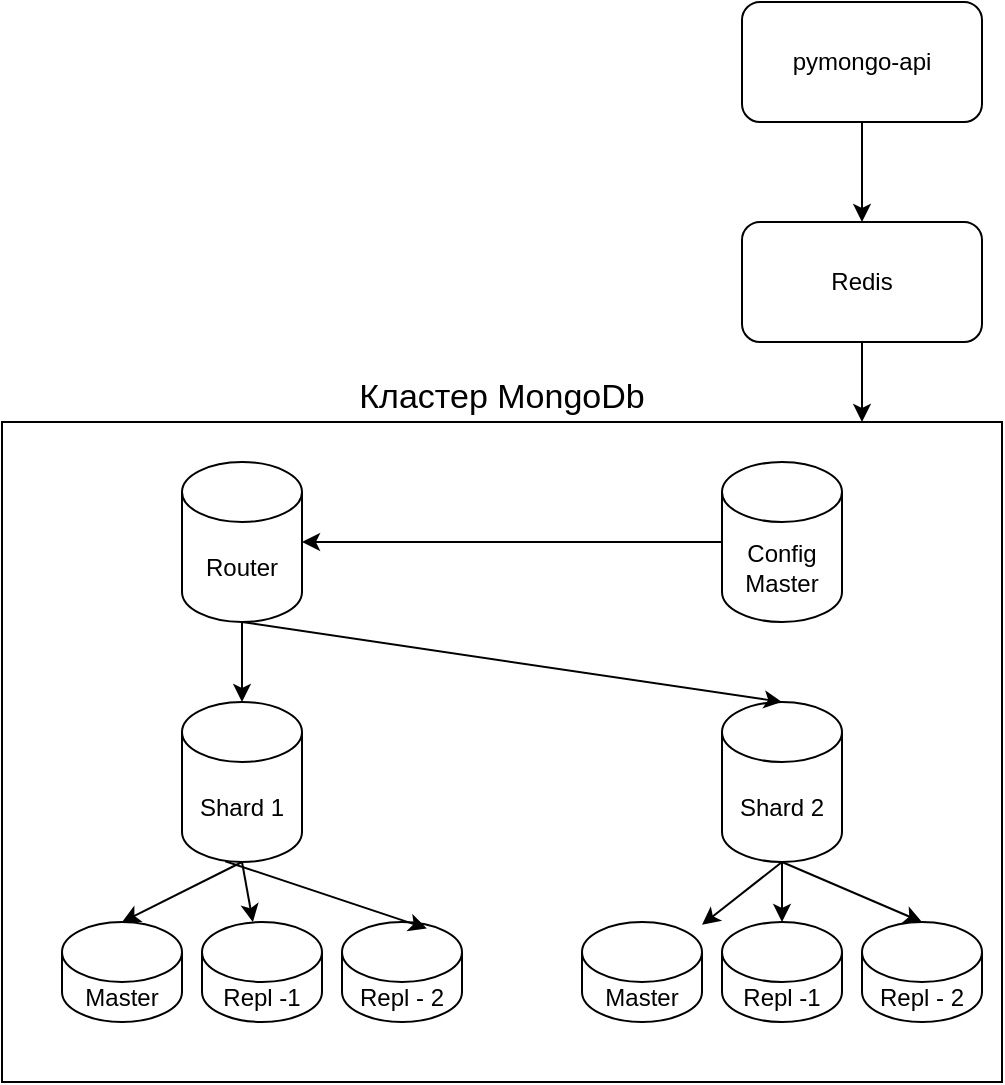
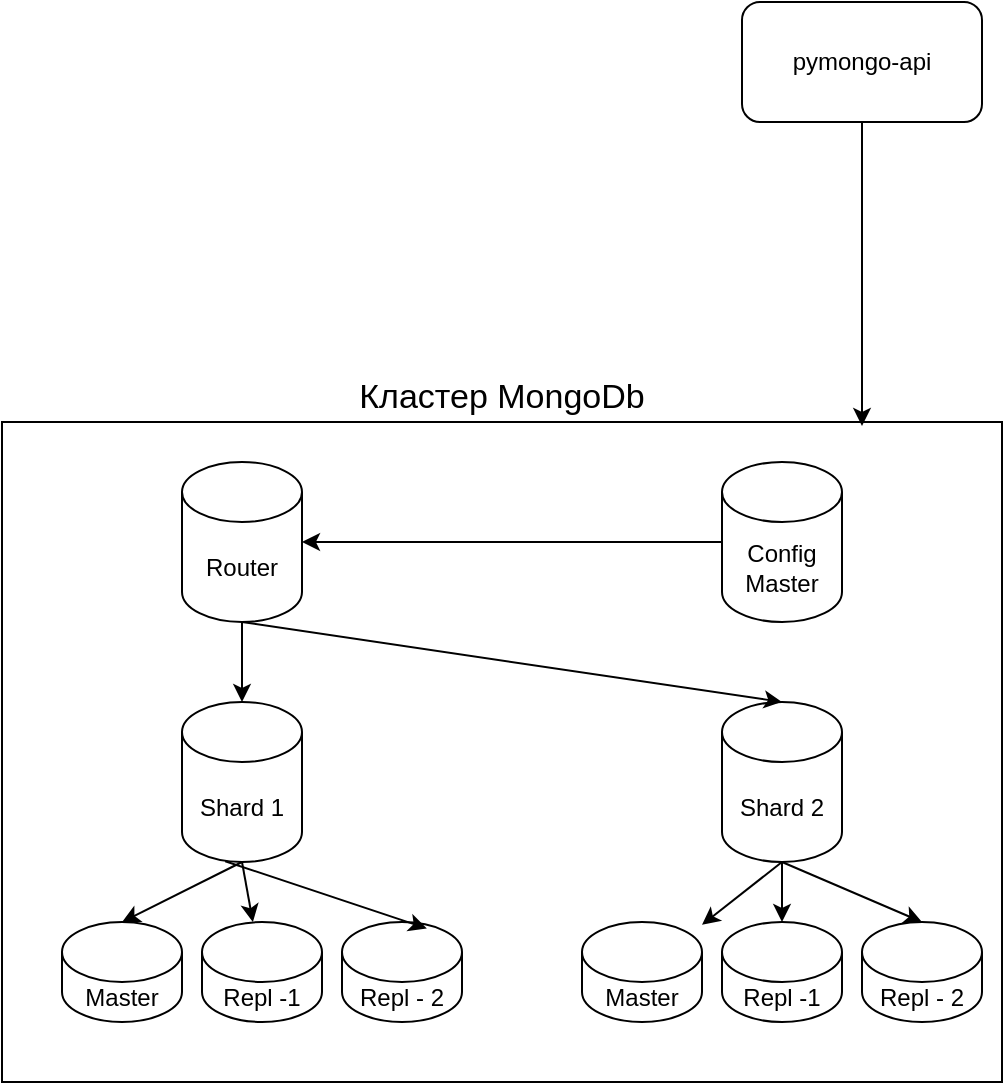
- <mxfile host="app.diagrams.net" agent="Mozilla/5.0 (Windows NT 10.0; Win64; x64) AppleWebKit/537.36 (KHTML, like Gecko) Chrome/134.0.0.0 YaBrowser/25.4.0.0 Safari/537.36" version="27.1.4">
+ <mxfile host="app.diagrams.net" agent="Mozilla/5.0 (Windows NT 10.0; Win64; x64) AppleWebKit/537.36 (KHTML, like Gecko) Chrome/134.0.0.0 YaBrowser/25.4.0.0 Safari/537.36" version="27.1.6">
  <diagram name="Page-1" id="-H_mtQnk-PTXWXPvYvuk">
    <mxGraphModel dx="1042" dy="572" grid="1" gridSize="10" guides="1" tooltips="1" connect="1" arrows="1" fold="1" page="1" pageScale="1" pageWidth="1169" pageHeight="827" math="0" shadow="0">
      <root>
        <mxCell id="0" />
        <mxCell id="1" parent="0" />
-         <mxCell id="ng2FKl2MMDydY4JKYbdj-10" value="Кластер MongoDb" style="rounded=0;whiteSpace=wrap;html=1;labelPosition=center;verticalLabelPosition=top;align=center;verticalAlign=bottom;fontSize=17;" vertex="1" parent="1">
+         <mxCell id="ng2FKl2MMDydY4JKYbdj-10" value="Кластер MongoDb" style="rounded=0;whiteSpace=wrap;html=1;labelPosition=center;verticalLabelPosition=top;align=center;verticalAlign=bottom;fontSize=17;" parent="1" vertex="1">
          <mxGeometry x="420" y="440" width="500" height="330" as="geometry" />
        </mxCell>
        <mxCell id="zA23MoTUsTF4_91t8viU-3" value="pymongo-api" style="rounded=1;whiteSpace=wrap;html=1;" parent="1" vertex="1">
          <mxGeometry x="790" y="230" width="120" height="60" as="geometry" />
        </mxCell>
-         <mxCell id="ng2FKl2MMDydY4JKYbdj-2" value="Shard 1" style="shape=cylinder3;whiteSpace=wrap;html=1;boundedLbl=1;backgroundOutline=1;size=15;" vertex="1" parent="1">
+         <mxCell id="ng2FKl2MMDydY4JKYbdj-2" value="Shard 1" style="shape=cylinder3;whiteSpace=wrap;html=1;boundedLbl=1;backgroundOutline=1;size=15;" parent="1" vertex="1">
          <mxGeometry x="510" y="580" width="60" height="80" as="geometry" />
        </mxCell>
-         <mxCell id="ng2FKl2MMDydY4JKYbdj-3" value="Router" style="shape=cylinder3;whiteSpace=wrap;html=1;boundedLbl=1;backgroundOutline=1;size=15;" vertex="1" parent="1">
+         <mxCell id="ng2FKl2MMDydY4JKYbdj-3" value="Router" style="shape=cylinder3;whiteSpace=wrap;html=1;boundedLbl=1;backgroundOutline=1;size=15;" parent="1" vertex="1">
          <mxGeometry x="510" y="460" width="60" height="80" as="geometry" />
        </mxCell>
-         <mxCell id="ng2FKl2MMDydY4JKYbdj-4" value="Shard 2" style="shape=cylinder3;whiteSpace=wrap;html=1;boundedLbl=1;backgroundOutline=1;size=15;" vertex="1" parent="1">
+         <mxCell id="ng2FKl2MMDydY4JKYbdj-4" value="Shard 2" style="shape=cylinder3;whiteSpace=wrap;html=1;boundedLbl=1;backgroundOutline=1;size=15;" parent="1" vertex="1">
          <mxGeometry x="780" y="580" width="60" height="80" as="geometry" />
        </mxCell>
-         <mxCell id="ng2FKl2MMDydY4JKYbdj-14" value="Config&lt;br&gt;Master" style="shape=cylinder3;whiteSpace=wrap;html=1;boundedLbl=1;backgroundOutline=1;size=15;" vertex="1" parent="1">
+         <mxCell id="ng2FKl2MMDydY4JKYbdj-14" value="Config&lt;br&gt;Master" style="shape=cylinder3;whiteSpace=wrap;html=1;boundedLbl=1;backgroundOutline=1;size=15;" parent="1" vertex="1">
          <mxGeometry x="780" y="460" width="60" height="80" as="geometry" />
        </mxCell>
-         <mxCell id="ng2FKl2MMDydY4JKYbdj-16" value="Master" style="shape=cylinder3;whiteSpace=wrap;html=1;boundedLbl=1;backgroundOutline=1;size=15;" vertex="1" parent="1">
+         <mxCell id="ng2FKl2MMDydY4JKYbdj-16" value="Master" style="shape=cylinder3;whiteSpace=wrap;html=1;boundedLbl=1;backgroundOutline=1;size=15;" parent="1" vertex="1">
          <mxGeometry x="450" y="690" width="60" height="50" as="geometry" />
        </mxCell>
-         <mxCell id="ng2FKl2MMDydY4JKYbdj-17" value="Repl -1" style="shape=cylinder3;whiteSpace=wrap;html=1;boundedLbl=1;backgroundOutline=1;size=15;" vertex="1" parent="1">
+         <mxCell id="ng2FKl2MMDydY4JKYbdj-17" value="Repl -1" style="shape=cylinder3;whiteSpace=wrap;html=1;boundedLbl=1;backgroundOutline=1;size=15;" parent="1" vertex="1">
          <mxGeometry x="520" y="690" width="60" height="50" as="geometry" />
        </mxCell>
-         <mxCell id="ng2FKl2MMDydY4JKYbdj-18" value="Repl - 2" style="shape=cylinder3;whiteSpace=wrap;html=1;boundedLbl=1;backgroundOutline=1;size=15;" vertex="1" parent="1">
+         <mxCell id="ng2FKl2MMDydY4JKYbdj-18" value="Repl - 2" style="shape=cylinder3;whiteSpace=wrap;html=1;boundedLbl=1;backgroundOutline=1;size=15;" parent="1" vertex="1">
          <mxGeometry x="590" y="690" width="60" height="50" as="geometry" />
        </mxCell>
-         <mxCell id="ng2FKl2MMDydY4JKYbdj-19" value="Master" style="shape=cylinder3;whiteSpace=wrap;html=1;boundedLbl=1;backgroundOutline=1;size=15;" vertex="1" parent="1">
+         <mxCell id="ng2FKl2MMDydY4JKYbdj-19" value="Master" style="shape=cylinder3;whiteSpace=wrap;html=1;boundedLbl=1;backgroundOutline=1;size=15;" parent="1" vertex="1">
          <mxGeometry x="710" y="690" width="60" height="50" as="geometry" />
        </mxCell>
-         <mxCell id="ng2FKl2MMDydY4JKYbdj-20" value="Repl -1" style="shape=cylinder3;whiteSpace=wrap;html=1;boundedLbl=1;backgroundOutline=1;size=15;" vertex="1" parent="1">
+         <mxCell id="ng2FKl2MMDydY4JKYbdj-20" value="Repl -1" style="shape=cylinder3;whiteSpace=wrap;html=1;boundedLbl=1;backgroundOutline=1;size=15;" parent="1" vertex="1">
          <mxGeometry x="780" y="690" width="60" height="50" as="geometry" />
        </mxCell>
-         <mxCell id="ng2FKl2MMDydY4JKYbdj-21" value="Repl - 2" style="shape=cylinder3;whiteSpace=wrap;html=1;boundedLbl=1;backgroundOutline=1;size=15;" vertex="1" parent="1">
+         <mxCell id="ng2FKl2MMDydY4JKYbdj-21" value="Repl - 2" style="shape=cylinder3;whiteSpace=wrap;html=1;boundedLbl=1;backgroundOutline=1;size=15;" parent="1" vertex="1">
          <mxGeometry x="850" y="690" width="60" height="50" as="geometry" />
        </mxCell>
-         <mxCell id="ng2FKl2MMDydY4JKYbdj-24" value="" style="endArrow=classic;html=1;rounded=0;exitX=0.5;exitY=1;exitDx=0;exitDy=0;entryX=0.5;entryY=0;entryDx=0;entryDy=0;" edge="1" parent="1" source="zA23MoTUsTF4_91t8viU-3" target="ng2FKl2MMDydY4JKYbdj-36">
+         <mxCell id="ng2FKl2MMDydY4JKYbdj-24" value="" style="endArrow=classic;html=1;rounded=0;exitX=0.5;exitY=1;exitDx=0;exitDy=0;" parent="1" source="zA23MoTUsTF4_91t8viU-3" edge="1">
          <mxGeometry width="50" height="50" relative="1" as="geometry">
            <mxPoint x="680" y="560" as="sourcePoint" />
-             <mxPoint x="730" y="510" as="targetPoint" />
+             <mxPoint x="850" y="442" as="targetPoint" />
          </mxGeometry>
        </mxCell>
-         <mxCell id="ng2FKl2MMDydY4JKYbdj-25" value="" style="endArrow=classic;html=1;rounded=0;exitX=0;exitY=0.5;exitDx=0;exitDy=0;exitPerimeter=0;" edge="1" parent="1" source="ng2FKl2MMDydY4JKYbdj-14" target="ng2FKl2MMDydY4JKYbdj-3">
+         <mxCell id="ng2FKl2MMDydY4JKYbdj-25" value="" style="endArrow=classic;html=1;rounded=0;exitX=0;exitY=0.5;exitDx=0;exitDy=0;exitPerimeter=0;" parent="1" source="ng2FKl2MMDydY4JKYbdj-14" target="ng2FKl2MMDydY4JKYbdj-3" edge="1">
          <mxGeometry width="50" height="50" relative="1" as="geometry">
            <mxPoint x="730" y="540" as="sourcePoint" />
            <mxPoint x="780" y="490" as="targetPoint" />
          </mxGeometry>
        </mxCell>
-         <mxCell id="ng2FKl2MMDydY4JKYbdj-26" value="" style="endArrow=classic;html=1;rounded=0;entryX=0.5;entryY=0;entryDx=0;entryDy=0;entryPerimeter=0;exitX=0.5;exitY=1;exitDx=0;exitDy=0;exitPerimeter=0;" edge="1" parent="1" source="ng2FKl2MMDydY4JKYbdj-3" target="ng2FKl2MMDydY4JKYbdj-2">
+         <mxCell id="ng2FKl2MMDydY4JKYbdj-26" value="" style="endArrow=classic;html=1;rounded=0;entryX=0.5;entryY=0;entryDx=0;entryDy=0;entryPerimeter=0;exitX=0.5;exitY=1;exitDx=0;exitDy=0;exitPerimeter=0;" parent="1" source="ng2FKl2MMDydY4JKYbdj-3" target="ng2FKl2MMDydY4JKYbdj-2" edge="1">
          <mxGeometry width="50" height="50" relative="1" as="geometry">
            <mxPoint x="630" y="590" as="sourcePoint" />
            <mxPoint x="680" y="540" as="targetPoint" />
          </mxGeometry>
        </mxCell>
-         <mxCell id="ng2FKl2MMDydY4JKYbdj-28" value="" style="endArrow=classic;html=1;rounded=0;entryX=0.5;entryY=0;entryDx=0;entryDy=0;entryPerimeter=0;" edge="1" parent="1" target="ng2FKl2MMDydY4JKYbdj-4">
+         <mxCell id="ng2FKl2MMDydY4JKYbdj-28" value="" style="endArrow=classic;html=1;rounded=0;entryX=0.5;entryY=0;entryDx=0;entryDy=0;entryPerimeter=0;" parent="1" target="ng2FKl2MMDydY4JKYbdj-4" edge="1">
          <mxGeometry width="50" height="50" relative="1" as="geometry">
            <mxPoint x="540" y="540" as="sourcePoint" />
            <mxPoint x="670" y="560" as="targetPoint" />
          </mxGeometry>
        </mxCell>
-         <mxCell id="ng2FKl2MMDydY4JKYbdj-29" value="" style="endArrow=classic;html=1;rounded=0;exitX=0.5;exitY=1;exitDx=0;exitDy=0;exitPerimeter=0;" edge="1" parent="1" source="ng2FKl2MMDydY4JKYbdj-2" target="ng2FKl2MMDydY4JKYbdj-17">
+         <mxCell id="ng2FKl2MMDydY4JKYbdj-29" value="" style="endArrow=classic;html=1;rounded=0;exitX=0.5;exitY=1;exitDx=0;exitDy=0;exitPerimeter=0;" parent="1" source="ng2FKl2MMDydY4JKYbdj-2" target="ng2FKl2MMDydY4JKYbdj-17" edge="1">
          <mxGeometry width="50" height="50" relative="1" as="geometry">
            <mxPoint x="510" y="550" as="sourcePoint" />
            <mxPoint x="560" y="500" as="targetPoint" />
          </mxGeometry>
        </mxCell>
-         <mxCell id="ng2FKl2MMDydY4JKYbdj-30" value="" style="endArrow=classic;html=1;rounded=0;exitX=0.36;exitY=0.995;exitDx=0;exitDy=0;exitPerimeter=0;entryX=0.707;entryY=0.064;entryDx=0;entryDy=0;entryPerimeter=0;" edge="1" parent="1" source="ng2FKl2MMDydY4JKYbdj-2" target="ng2FKl2MMDydY4JKYbdj-18">
+         <mxCell id="ng2FKl2MMDydY4JKYbdj-30" value="" style="endArrow=classic;html=1;rounded=0;exitX=0.36;exitY=0.995;exitDx=0;exitDy=0;exitPerimeter=0;entryX=0.707;entryY=0.064;entryDx=0;entryDy=0;entryPerimeter=0;" parent="1" source="ng2FKl2MMDydY4JKYbdj-2" target="ng2FKl2MMDydY4JKYbdj-18" edge="1">
          <mxGeometry width="50" height="50" relative="1" as="geometry">
            <mxPoint x="610" y="690" as="sourcePoint" />
            <mxPoint x="660" y="640" as="targetPoint" />
          </mxGeometry>
        </mxCell>
-         <mxCell id="ng2FKl2MMDydY4JKYbdj-31" value="" style="endArrow=classic;html=1;rounded=0;exitX=0.5;exitY=1;exitDx=0;exitDy=0;exitPerimeter=0;" edge="1" parent="1" source="ng2FKl2MMDydY4JKYbdj-4" target="ng2FKl2MMDydY4JKYbdj-19">
+         <mxCell id="ng2FKl2MMDydY4JKYbdj-31" value="" style="endArrow=classic;html=1;rounded=0;exitX=0.5;exitY=1;exitDx=0;exitDy=0;exitPerimeter=0;" parent="1" source="ng2FKl2MMDydY4JKYbdj-4" target="ng2FKl2MMDydY4JKYbdj-19" edge="1">
          <mxGeometry width="50" height="50" relative="1" as="geometry">
            <mxPoint x="650" y="590" as="sourcePoint" />
            <mxPoint x="655" y="620" as="targetPoint" />
          </mxGeometry>
        </mxCell>
-         <mxCell id="ng2FKl2MMDydY4JKYbdj-33" value="" style="endArrow=classic;html=1;rounded=0;exitX=0.5;exitY=1;exitDx=0;exitDy=0;exitPerimeter=0;" edge="1" parent="1" source="ng2FKl2MMDydY4JKYbdj-4" target="ng2FKl2MMDydY4JKYbdj-20">
+         <mxCell id="ng2FKl2MMDydY4JKYbdj-33" value="" style="endArrow=classic;html=1;rounded=0;exitX=0.5;exitY=1;exitDx=0;exitDy=0;exitPerimeter=0;" parent="1" source="ng2FKl2MMDydY4JKYbdj-4" target="ng2FKl2MMDydY4JKYbdj-20" edge="1">
          <mxGeometry width="50" height="50" relative="1" as="geometry">
            <mxPoint x="830" y="670" as="sourcePoint" />
            <mxPoint x="830" y="688" as="targetPoint" />
          </mxGeometry>
        </mxCell>
-         <mxCell id="ng2FKl2MMDydY4JKYbdj-34" value="" style="endArrow=classic;html=1;rounded=0;entryX=0.5;entryY=0;entryDx=0;entryDy=0;entryPerimeter=0;" edge="1" parent="1" target="ng2FKl2MMDydY4JKYbdj-21">
+         <mxCell id="ng2FKl2MMDydY4JKYbdj-34" value="" style="endArrow=classic;html=1;rounded=0;entryX=0.5;entryY=0;entryDx=0;entryDy=0;entryPerimeter=0;" parent="1" target="ng2FKl2MMDydY4JKYbdj-21" edge="1">
          <mxGeometry width="50" height="50" relative="1" as="geometry">
            <mxPoint x="810" y="660" as="sourcePoint" />
            <mxPoint x="740" y="620" as="targetPoint" />
          </mxGeometry>
        </mxCell>
-         <mxCell id="ng2FKl2MMDydY4JKYbdj-35" value="" style="endArrow=classic;html=1;rounded=0;exitX=0.5;exitY=1;exitDx=0;exitDy=0;exitPerimeter=0;entryX=0.5;entryY=0;entryDx=0;entryDy=0;entryPerimeter=0;" edge="1" parent="1" source="ng2FKl2MMDydY4JKYbdj-2" target="ng2FKl2MMDydY4JKYbdj-16">
+         <mxCell id="ng2FKl2MMDydY4JKYbdj-35" value="" style="endArrow=classic;html=1;rounded=0;exitX=0.5;exitY=1;exitDx=0;exitDy=0;exitPerimeter=0;entryX=0.5;entryY=0;entryDx=0;entryDy=0;entryPerimeter=0;" parent="1" source="ng2FKl2MMDydY4JKYbdj-2" target="ng2FKl2MMDydY4JKYbdj-16" edge="1">
          <mxGeometry width="50" height="50" relative="1" as="geometry">
            <mxPoint x="590" y="660" as="sourcePoint" />
            <mxPoint x="590" y="678" as="targetPoint" />
-           </mxGeometry>
-         </mxCell>
-         <mxCell id="ng2FKl2MMDydY4JKYbdj-36" value="Redis" style="rounded=1;whiteSpace=wrap;html=1;" vertex="1" parent="1">
-           <mxGeometry x="790" y="340" width="120" height="60" as="geometry" />
-         </mxCell>
-         <mxCell id="ng2FKl2MMDydY4JKYbdj-37" value="" style="endArrow=classic;html=1;rounded=0;entryX=0.86;entryY=0;entryDx=0;entryDy=0;entryPerimeter=0;" edge="1" parent="1" target="ng2FKl2MMDydY4JKYbdj-10">
-           <mxGeometry width="50" height="50" relative="1" as="geometry">
-             <mxPoint x="850" y="400" as="sourcePoint" />
-             <mxPoint x="900" y="350" as="targetPoint" />
          </mxGeometry>
        </mxCell>
      </root>
    </mxGraphModel>
  </diagram>
</mxfile>
